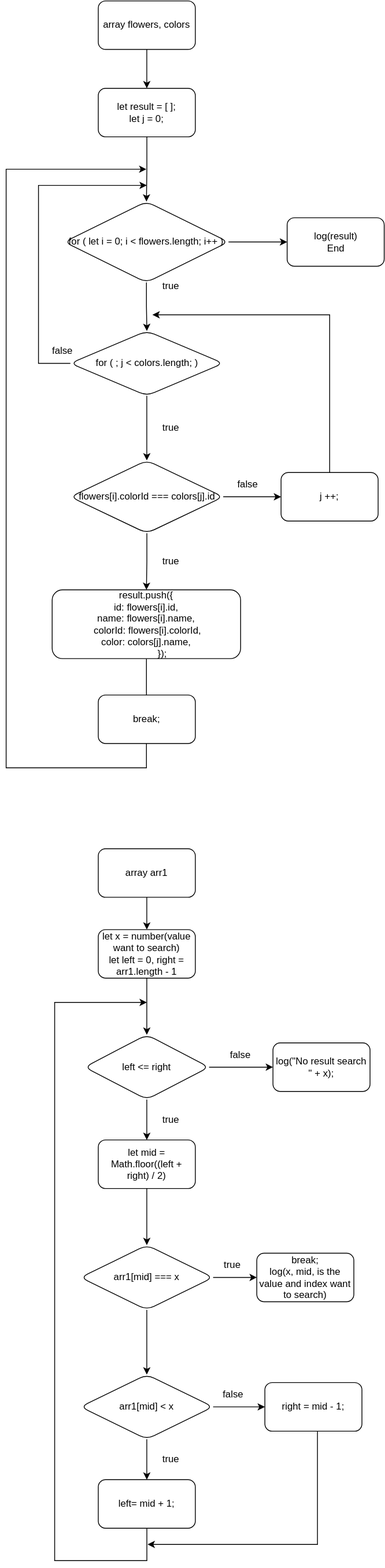
This is BTVN-15/btvn-15.svg from Quang-Trung-68/BTVN-F8K14, a draw.io export, as it was before one commit. Source tidied: cells renumbered, new cells last; positions are measured from the earlier drawing's top-left corner, leaving out a move shared by most shapes. Source of this version:
```xml
<mxGraphModel>
  <root>
    <mxCell id="0" />
    <mxCell id="1" parent="0" />
    <mxCell id="2" style="edgeStyle=orthogonalEdgeStyle;rounded=0;jettySize=auto;html=1;" parent="1" edge="1" source="3" target="5">
      <mxGeometry relative="1" as="geometry" />
    </mxCell>
    <mxCell id="3" value="array flowers, colors" style="rounded=1;whiteSpace=wrap;html=1;" parent="1" vertex="1">
      <mxGeometry x="114" width="120" height="60" as="geometry" />
    </mxCell>
    <mxCell id="4" style="edgeStyle=orthogonalEdgeStyle;rounded=0;jettySize=auto;html=1;" parent="1" edge="1" source="5" target="8">
      <mxGeometry relative="1" as="geometry" />
    </mxCell>
    <mxCell id="5" value="&lt;div&gt;let result = [ ];&lt;/div&gt;&lt;div&gt;let j = 0;&lt;/div&gt;" style="whiteSpace=wrap;html=1;rounded=1;" parent="1" vertex="1">
      <mxGeometry x="114" y="108" width="120" height="60" as="geometry" />
    </mxCell>
    <mxCell id="6" style="edgeStyle=orthogonalEdgeStyle;rounded=0;jettySize=auto;html=1;" parent="1" edge="1" source="8" target="11">
      <mxGeometry relative="1" as="geometry" />
    </mxCell>
    <mxCell id="7" style="edgeStyle=orthogonalEdgeStyle;rounded=0;jettySize=auto;html=1;" parent="1" edge="1" source="8" target="24">
      <mxGeometry relative="1" as="geometry" />
    </mxCell>
    <mxCell id="8" value="for (&amp;nbsp;let i = 0; i &amp;lt; flowers.length; i++ )" style="rhombus;whiteSpace=wrap;html=1;rounded=1;" parent="1" vertex="1">
      <mxGeometry x="72" y="248" width="203" height="100" as="geometry" />
    </mxCell>
    <mxCell id="9" style="edgeStyle=orthogonalEdgeStyle;rounded=0;jettySize=auto;html=1;" parent="1" edge="1" source="11" target="15">
      <mxGeometry relative="1" as="geometry" />
    </mxCell>
    <mxCell id="10" style="edgeStyle=orthogonalEdgeStyle;rounded=0;jettySize=auto;html=1;exitX=0;exitY=0.5;exitDx=0;exitDy=0;" parent="1" edge="1" source="11">
      <mxGeometry relative="1" as="geometry">
        <mxPoint x="174" y="228" as="targetPoint" />
        <Array as="points">
          <mxPoint x="40" y="448" />
          <mxPoint x="40" y="228" />
        </Array>
      </mxGeometry>
    </mxCell>
    <mxCell id="11" value="for ( ; j &amp;lt; colors.length; )" style="rhombus;whiteSpace=wrap;html=1;rounded=1;" parent="1" vertex="1">
      <mxGeometry x="79.5" y="408" width="189" height="80" as="geometry" />
    </mxCell>
    <mxCell id="12" value="true" style="text;html=1;align=center;verticalAlign=middle;whiteSpace=wrap;rounded=0;" parent="1" vertex="1">
      <mxGeometry x="174" y="338" width="60" height="30" as="geometry" />
    </mxCell>
    <mxCell id="13" style="edgeStyle=orthogonalEdgeStyle;rounded=0;jettySize=auto;html=1;" parent="1" edge="1" source="15" target="18">
      <mxGeometry relative="1" as="geometry" />
    </mxCell>
    <mxCell id="14" style="edgeStyle=orthogonalEdgeStyle;rounded=0;jettySize=auto;html=1;" parent="1" edge="1" source="15" target="21">
      <mxGeometry relative="1" as="geometry">
        <Array as="points">
          <mxPoint x="350" y="613" />
          <mxPoint x="350" y="613" />
        </Array>
      </mxGeometry>
    </mxCell>
    <mxCell id="15" value="flowers[i].colorId === colors[j].id" style="rhombus;whiteSpace=wrap;html=1;rounded=1;" parent="1" vertex="1">
      <mxGeometry x="79.5" y="568" width="189" height="90" as="geometry" />
    </mxCell>
    <mxCell id="16" value="true" style="text;html=1;align=center;verticalAlign=middle;whiteSpace=wrap;rounded=0;" parent="1" vertex="1">
      <mxGeometry x="174" y="513" width="60" height="30" as="geometry" />
    </mxCell>
    <mxCell id="17" style="edgeStyle=orthogonalEdgeStyle;rounded=0;jettySize=auto;html=1;" parent="1" edge="1" source="18">
      <mxGeometry relative="1" as="geometry">
        <mxPoint x="173.5" y="208" as="targetPoint" />
        <Array as="points">
          <mxPoint x="174" y="948" />
          <mxPoint y="948" />
          <mxPoint y="208" />
        </Array>
      </mxGeometry>
    </mxCell>
    <mxCell id="18" value="&lt;div&gt;result.push({&lt;/div&gt;&lt;div&gt;id: flowers[i].id,&lt;/div&gt;&lt;div&gt;name: flowers[i].name,&lt;/div&gt;&lt;div&gt;&amp;nbsp;colorId: flowers[i].colorId,&lt;/div&gt;&lt;div&gt;color: colors[j].name,&lt;/div&gt;&lt;div&gt;&amp;nbsp; &amp;nbsp; &amp;nbsp; &amp;nbsp; &amp;nbsp; &amp;nbsp; });&lt;/div&gt;" style="whiteSpace=wrap;html=1;rounded=1;" parent="1" vertex="1">
      <mxGeometry x="57" y="728" width="233" height="85" as="geometry" />
    </mxCell>
    <mxCell id="19" value="true" style="text;html=1;align=center;verticalAlign=middle;whiteSpace=wrap;rounded=0;" parent="1" vertex="1">
      <mxGeometry x="174" y="678" width="60" height="30" as="geometry" />
    </mxCell>
    <mxCell id="20" style="edgeStyle=orthogonalEdgeStyle;rounded=0;jettySize=auto;html=1;" parent="1" edge="1" source="21">
      <mxGeometry relative="1" as="geometry">
        <mxPoint x="180" y="388" as="targetPoint" />
        <Array as="points">
          <mxPoint x="400" y="388" />
          <mxPoint x="181" y="388" />
        </Array>
      </mxGeometry>
    </mxCell>
    <mxCell id="21" value="j ++;" style="whiteSpace=wrap;html=1;rounded=1;" parent="1" vertex="1">
      <mxGeometry x="340" y="583" width="120" height="60" as="geometry" />
    </mxCell>
    <mxCell id="22" value="false" style="text;html=1;align=center;verticalAlign=middle;whiteSpace=wrap;rounded=0;" parent="1" vertex="1">
      <mxGeometry x="268.5" y="583" width="60" height="30" as="geometry" />
    </mxCell>
    <mxCell id="23" value="false" style="text;html=1;align=center;verticalAlign=middle;whiteSpace=wrap;rounded=0;" parent="1" vertex="1">
      <mxGeometry x="40" y="418" width="60" height="30" as="geometry" />
    </mxCell>
    <mxCell id="24" value="log(result)&lt;br&gt;End" style="whiteSpace=wrap;html=1;rounded=1;" parent="1" vertex="1">
      <mxGeometry x="347.5" y="268" width="120" height="60" as="geometry" />
    </mxCell>
    <mxCell id="25" value="break;" style="rounded=1;whiteSpace=wrap;html=1;" parent="1" vertex="1">
      <mxGeometry x="114" y="858" width="120" height="60" as="geometry" />
    </mxCell>
    <mxCell id="26" style="edgeStyle=orthogonalEdgeStyle;rounded=0;jettySize=auto;html=1;" parent="1" edge="1" source="27" target="29">
      <mxGeometry relative="1" as="geometry" />
    </mxCell>
    <mxCell id="27" value="array arr1" style="rounded=1;whiteSpace=wrap;html=1;" parent="1" vertex="1">
      <mxGeometry x="114" y="1048" width="120" height="60" as="geometry" />
    </mxCell>
    <mxCell id="28" style="edgeStyle=orthogonalEdgeStyle;rounded=0;jettySize=auto;html=1;" parent="1" edge="1" source="29" target="32">
      <mxGeometry relative="1" as="geometry" />
    </mxCell>
    <mxCell id="29" value="let x = number(value want to search)&lt;div&gt;let left = 0, right = arr1.length - 1&lt;/div&gt;" style="rounded=1;whiteSpace=wrap;html=1;" parent="1" vertex="1">
      <mxGeometry x="114" y="1148" width="120" height="60" as="geometry" />
    </mxCell>
    <mxCell id="30" style="edgeStyle=orthogonalEdgeStyle;rounded=0;jettySize=auto;html=1;" parent="1" edge="1" source="32" target="34">
      <mxGeometry relative="1" as="geometry" />
    </mxCell>
    <mxCell id="31" style="edgeStyle=orthogonalEdgeStyle;rounded=0;jettySize=auto;html=1;" parent="1" edge="1" source="32" target="51">
      <mxGeometry relative="1" as="geometry" />
    </mxCell>
    <mxCell id="32" value="left &amp;lt;= right" style="rhombus;whiteSpace=wrap;html=1;rounded=1;" parent="1" vertex="1">
      <mxGeometry x="97" y="1278" width="154" height="80" as="geometry" />
    </mxCell>
    <mxCell id="33" style="edgeStyle=orthogonalEdgeStyle;rounded=0;jettySize=auto;html=1;" parent="1" edge="1" source="34" target="38">
      <mxGeometry relative="1" as="geometry" />
    </mxCell>
    <mxCell id="34" value="let mid = Math.floor((left + right) / 2)" style="whiteSpace=wrap;html=1;rounded=1;" parent="1" vertex="1">
      <mxGeometry x="114" y="1408" width="120" height="60" as="geometry" />
    </mxCell>
    <mxCell id="35" value="true" style="text;html=1;align=center;verticalAlign=middle;whiteSpace=wrap;rounded=0;" parent="1" vertex="1">
      <mxGeometry x="174" y="1368" width="60" height="30" as="geometry" />
    </mxCell>
    <mxCell id="36" style="edgeStyle=orthogonalEdgeStyle;rounded=0;jettySize=auto;html=1;" parent="1" edge="1" source="38" target="39">
      <mxGeometry relative="1" as="geometry" />
    </mxCell>
    <mxCell id="37" style="edgeStyle=orthogonalEdgeStyle;rounded=0;jettySize=auto;html=1;" parent="1" edge="1" source="38" target="43">
      <mxGeometry relative="1" as="geometry" />
    </mxCell>
    <mxCell id="38" value="arr1[mid] === x" style="rhombus;whiteSpace=wrap;html=1;rounded=1;" parent="1" vertex="1">
      <mxGeometry x="92" y="1538" width="164" height="80" as="geometry" />
    </mxCell>
    <mxCell id="39" value="break;&lt;div&gt;log(x, mid, is the value and index want to search)&lt;/div&gt;" style="whiteSpace=wrap;html=1;rounded=1;" parent="1" vertex="1">
      <mxGeometry x="310" y="1548" width="120" height="60" as="geometry" />
    </mxCell>
    <mxCell id="40" value="true" style="text;html=1;align=center;verticalAlign=middle;whiteSpace=wrap;rounded=0;" parent="1" vertex="1">
      <mxGeometry x="250" y="1548" width="60" height="30" as="geometry" />
    </mxCell>
    <mxCell id="41" style="edgeStyle=orthogonalEdgeStyle;rounded=0;jettySize=auto;html=1;" parent="1" edge="1" source="43" target="46">
      <mxGeometry relative="1" as="geometry" />
    </mxCell>
    <mxCell id="42" style="edgeStyle=orthogonalEdgeStyle;rounded=0;jettySize=auto;html=1;" parent="1" edge="1" source="43" target="49">
      <mxGeometry relative="1" as="geometry" />
    </mxCell>
    <mxCell id="43" value="arr1[mid] &amp;lt; x" style="rhombus;whiteSpace=wrap;html=1;rounded=1;" parent="1" vertex="1">
      <mxGeometry x="92" y="1698" width="164" height="80" as="geometry" />
    </mxCell>
    <mxCell id="44" value="false" style="text;html=1;align=center;verticalAlign=middle;whiteSpace=wrap;rounded=0;" parent="1" vertex="1">
      <mxGeometry x="260" y="1288" width="60" height="30" as="geometry" />
    </mxCell>
    <mxCell id="45" style="edgeStyle=orthogonalEdgeStyle;rounded=0;jettySize=auto;html=1;" parent="1" edge="1" source="46">
      <mxGeometry relative="1" as="geometry">
        <mxPoint x="174" y="1238" as="targetPoint" />
        <Array as="points">
          <mxPoint x="174" y="1928" />
          <mxPoint x="60" y="1928" />
          <mxPoint x="60" y="1238" />
        </Array>
      </mxGeometry>
    </mxCell>
    <mxCell id="46" value="left= mid + 1;" style="whiteSpace=wrap;html=1;rounded=1;" parent="1" vertex="1">
      <mxGeometry x="114" y="1828" width="120" height="60" as="geometry" />
    </mxCell>
    <mxCell id="47" value="true" style="text;html=1;align=center;verticalAlign=middle;whiteSpace=wrap;rounded=0;" parent="1" vertex="1">
      <mxGeometry x="174" y="1788" width="60" height="30" as="geometry" />
    </mxCell>
    <mxCell id="48" style="edgeStyle=orthogonalEdgeStyle;rounded=0;orthogonalLoop=1;jettySize=auto;html=1;" parent="1" edge="1">
      <mxGeometry relative="1" as="geometry">
        <mxPoint x="385" y="1768" as="sourcePoint" />
        <mxPoint x="175" y="1908" as="targetPoint" />
        <Array as="points">
          <mxPoint x="385" y="1908" />
        </Array>
      </mxGeometry>
    </mxCell>
    <mxCell id="49" value="right = mid - 1;" style="whiteSpace=wrap;html=1;rounded=1;" parent="1" vertex="1">
      <mxGeometry x="320" y="1708" width="120" height="60" as="geometry" />
    </mxCell>
    <mxCell id="50" value="false" style="text;html=1;align=center;verticalAlign=middle;whiteSpace=wrap;rounded=0;" parent="1" vertex="1">
      <mxGeometry x="251" y="1708" width="60" height="30" as="geometry" />
    </mxCell>
    <mxCell id="51" value="log(&quot;No result search &quot; + x);" style="whiteSpace=wrap;html=1;rounded=1;" parent="1" vertex="1">
      <mxGeometry x="330" y="1288" width="120" height="60" as="geometry" />
    </mxCell>
  </root>
</mxGraphModel>
```
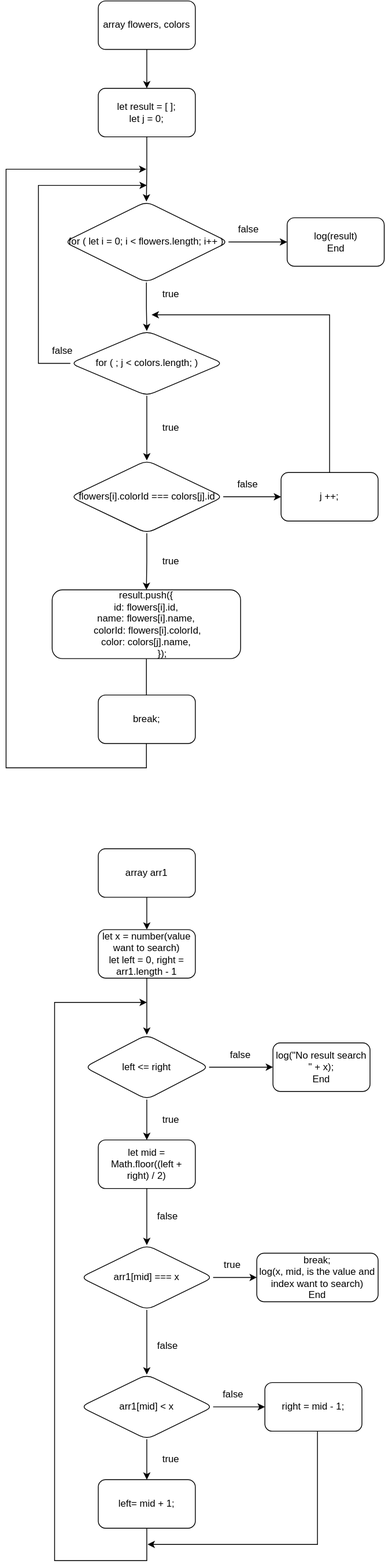
After the change.

The edit, as a diff of the source:
```diff
@@ -39,7 +39,7 @@
       <mxGeometry x="79.5" y="408" width="189" height="80" as="geometry" />
     </mxCell>
     <mxCell id="12" value="true" style="text;html=1;align=center;verticalAlign=middle;whiteSpace=wrap;rounded=0;" parent="1" vertex="1">
-      <mxGeometry x="174" y="338" width="60" height="30" as="geometry" />
+      <mxGeometry x="174" y="348" width="60" height="30" as="geometry" />
     </mxCell>
     <mxCell id="13" style="edgeStyle=orthogonalEdgeStyle;rounded=0;jettySize=auto;html=1;" parent="1" edge="1" source="15" target="18">
       <mxGeometry relative="1" as="geometry" />
@@ -137,8 +137,8 @@
     <mxCell id="38" value="arr1[mid] === x" style="rhombus;whiteSpace=wrap;html=1;rounded=1;" parent="1" vertex="1">
       <mxGeometry x="92" y="1538" width="164" height="80" as="geometry" />
     </mxCell>
-    <mxCell id="39" value="break;&lt;div&gt;log(x, mid, is the value and index want to search)&lt;/div&gt;" style="whiteSpace=wrap;html=1;rounded=1;" parent="1" vertex="1">
-      <mxGeometry x="310" y="1548" width="120" height="60" as="geometry" />
+    <mxCell id="39" value="break;&lt;div&gt;log(x, mid, is the value and index want to search)&lt;/div&gt;&lt;div&gt;End&lt;/div&gt;" style="whiteSpace=wrap;html=1;rounded=1;" parent="1" vertex="1">
+      <mxGeometry x="310" y="1548" width="150" height="60" as="geometry" />
     </mxCell>
     <mxCell id="40" value="true" style="text;html=1;align=center;verticalAlign=middle;whiteSpace=wrap;rounded=0;" parent="1" vertex="1">
       <mxGeometry x="250" y="1548" width="60" height="30" as="geometry" />
@@ -186,8 +186,17 @@
     <mxCell id="50" value="false" style="text;html=1;align=center;verticalAlign=middle;whiteSpace=wrap;rounded=0;" parent="1" vertex="1">
       <mxGeometry x="251" y="1708" width="60" height="30" as="geometry" />
     </mxCell>
-    <mxCell id="51" value="log(&quot;No result search &quot; + x);" style="whiteSpace=wrap;html=1;rounded=1;" parent="1" vertex="1">
+    <mxCell id="51" value="log(&quot;No result search &quot; + x);&lt;div&gt;End&lt;/div&gt;" style="whiteSpace=wrap;html=1;rounded=1;" parent="1" vertex="1">
       <mxGeometry x="330" y="1288" width="120" height="60" as="geometry" />
     </mxCell>
+    <mxCell id="52" value="false" style="text;html=1;align=center;verticalAlign=middle;whiteSpace=wrap;rounded=0;" parent="1" vertex="1">
+      <mxGeometry x="270" y="268" width="60" height="30" as="geometry" />
+    </mxCell>
+    <mxCell id="53" value="false" style="text;html=1;align=center;verticalAlign=middle;whiteSpace=wrap;rounded=0;" parent="1" vertex="1">
+      <mxGeometry x="170" y="1488" width="60" height="30" as="geometry" />
+    </mxCell>
+    <mxCell id="54" value="false" style="text;html=1;align=center;verticalAlign=middle;whiteSpace=wrap;rounded=0;" parent="1" vertex="1">
+      <mxGeometry x="170" y="1648" width="60" height="30" as="geometry" />
+    </mxCell>
   </root>
 </mxGraphModel>
```
